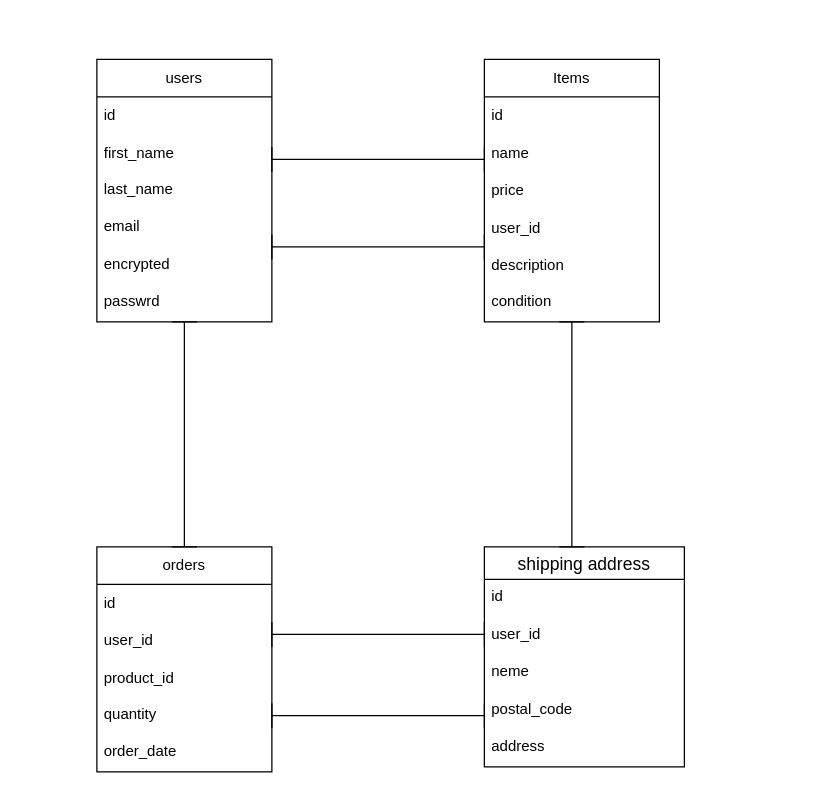
Earlier version of the draw.io diagram test.dio (yusukenemoto12345/furima39956_2). Source tidied: cells renumbered, new cells numbered last; positions are measured from the earlier drawing's top-left corner, leaving out a move shared by most shapes. Both pictures are drawn from the tidied source at 125%, with x=0, y=0 at pixel (96, 59).
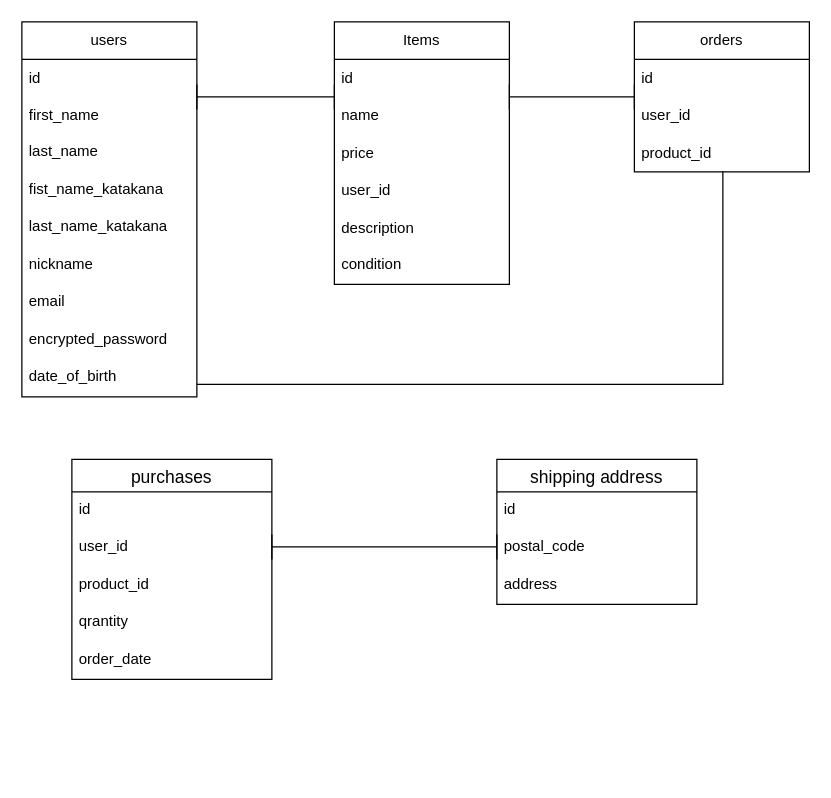
The same page after the edit.

Commit message (it also covers changes not shown here):
データベースの設計４

Diff of the diagram source:
```diff
@@
     <mxCell id="2" value="Items" style="swimlane;fontStyle=0;horizontal=1;startSize=30;whiteSpace=wrap;html=1;" parent="1" vertex="1">
-      <mxGeometry x="310" width="140" height="210" as="geometry" />
+      <mxGeometry x="190" y="-30" width="140" height="210" as="geometry" />
     </mxCell>
@@
     <mxCell id="9" value="users" style="swimlane;fontStyle=0;horizontal=1;startSize=30;whiteSpace=wrap;html=1;" parent="1" vertex="1">
-      <mxGeometry width="140" height="210" as="geometry" />
+      <mxGeometry x="-60" y="-30" width="140" height="300" as="geometry" />
     </mxCell>
@@
+    <mxCell id="34" value="fist_name_katakana" style="text;strokeColor=none;fillColor=none;spacingLeft=4;spacingRight=4;overflow=hidden;fontSize=12;" parent="9" vertex="1">
+      <mxGeometry y="120" width="140" height="30" as="geometry" />
+    </mxCell>
+    <mxCell id="35" value="last_name_katakana" style="text;strokeColor=none;fillColor=none;spacingLeft=4;spacingRight=4;overflow=hidden;fontSize=12;" parent="9" vertex="1">
+      <mxGeometry y="150" width="140" height="30" as="geometry" />
+    </mxCell>
+    <mxCell id="36" value="nickname" style="text;strokeColor=none;fillColor=none;spacingLeft=4;spacingRight=4;overflow=hidden;fontSize=12;" parent="9" vertex="1">
+      <mxGeometry y="180" width="140" height="30" as="geometry" />
+    </mxCell>
     <mxCell id="13" value="email" style="text;strokeColor=none;fillColor=none;spacingLeft=4;spacingRight=4;overflow=hidden;fontSize=12;" parent="9" vertex="1">
-      <mxGeometry y="120" width="140" height="30" as="geometry" />
+      <mxGeometry y="210" width="140" height="30" as="geometry" />
     </mxCell>
-    <mxCell id="14" value="encrypted" style="text;strokeColor=none;fillColor=none;spacingLeft=4;spacingRight=4;overflow=hidden;fontSize=12;" parent="9" vertex="1">
-      <mxGeometry y="150" width="140" height="30" as="geometry" />
+    <mxCell id="14" value="encrypted_password" style="text;strokeColor=none;fillColor=none;spacingLeft=4;spacingRight=4;overflow=hidden;fontSize=12;" parent="9" vertex="1">
+      <mxGeometry y="240" width="140" height="30" as="geometry" />
     </mxCell>
-    <mxCell id="15" value="passwrd" style="text;strokeColor=none;fillColor=none;spacingLeft=4;spacingRight=4;overflow=hidden;fontSize=12;" parent="9" vertex="1">
-      <mxGeometry y="180" width="140" height="30" as="geometry" />
+    <mxCell id="15" value="date_of_birth" style="text;strokeColor=none;fillColor=none;spacingLeft=4;spacingRight=4;overflow=hidden;fontSize=12;" parent="9" vertex="1">
+      <mxGeometry y="270" width="140" height="30" as="geometry" />
     </mxCell>
     <mxCell id="16" value="orders" style="swimlane;fontStyle=0;horizontal=1;startSize=30;whiteSpace=wrap;html=1;" parent="1" vertex="1">
-      <mxGeometry y="390" width="140" height="180" as="geometry" />
+      <mxGeometry x="430" y="-30" width="140" height="120" as="geometry" />
     </mxCell>
@@
-    <mxCell id="20" value="quantity" style="text;strokeColor=none;fillColor=none;spacingLeft=4;spacingRight=4;overflow=hidden;fontSize=12;" parent="16" vertex="1">
-      <mxGeometry y="120" width="140" height="30" as="geometry" />
-    </mxCell>
-    <mxCell id="21" value="order_date" style="text;strokeColor=none;fillColor=none;spacingLeft=4;spacingRight=4;overflow=hidden;fontSize=12;" parent="16" vertex="1">
-      <mxGeometry y="150" width="140" height="30" as="geometry" />
-    </mxCell>
-    <mxCell id="22" style="shape=crossbar;whiteSpace=wrap;html=1;rounded=1;" parent="1" vertex="1">
-      <mxGeometry x="140" y="70" width="170" height="20" as="geometry" />
-    </mxCell>
     <mxCell id="23" value="shipping address" style="swimlane;fontStyle=0;horizontal=1;startSize=26;align=center;fontSize=14;" parent="1" vertex="1">
-      <mxGeometry x="310" y="390" width="160" height="176" as="geometry" />
+      <mxGeometry x="320" y="320" width="160" height="116" as="geometry" />
     </mxCell>
@@
-    <mxCell id="25" value="user_id" style="text;strokeColor=none;fillColor=none;spacingLeft=4;spacingRight=4;overflow=hidden;fontSize=12;" parent="23" vertex="1">
-      <mxGeometry y="56" width="160" height="30" as="geometry" />
-    </mxCell>
-    <mxCell id="26" value="neme" style="text;strokeColor=none;fillColor=none;spacingLeft=4;spacingRight=4;overflow=hidden;fontSize=12;" parent="23" vertex="1">
-      <mxGeometry y="86" width="160" height="30" as="geometry" />
-    </mxCell>
     <mxCell id="27" value="postal_code" style="text;strokeColor=none;fillColor=none;spacingLeft=4;spacingRight=4;overflow=hidden;fontSize=12;" parent="23" vertex="1">
-      <mxGeometry y="116" width="160" height="30" as="geometry" />
+      <mxGeometry y="56" width="160" height="30" as="geometry" />
     </mxCell>
     <mxCell id="28" value="address" style="text;strokeColor=none;fillColor=none;spacingLeft=4;spacingRight=4;overflow=hidden;fontSize=12;" parent="23" vertex="1">
-      <mxGeometry y="146" width="160" height="30" as="geometry" />
+      <mxGeometry y="86" width="160" height="30" as="geometry" />
     </mxCell>
     <mxCell id="29" style="shape=crossbar;whiteSpace=wrap;html=1;rounded=1;" parent="1" vertex="1">
-      <mxGeometry x="140" y="140" width="170" height="20" as="geometry" />
+      <mxGeometry x="80" y="20" width="110" height="20" as="geometry" />
     </mxCell>
-    <mxCell id="30" style="shape=crossbar;whiteSpace=wrap;html=1;rounded=1;direction=south;" parent="1" vertex="1">
-      <mxGeometry x="370" y="210" width="20" height="180" as="geometry" />
-    </mxCell>
-    <mxCell id="31" style="shape=crossbar;whiteSpace=wrap;html=1;rounded=1;direction=south;" parent="1" vertex="1">
-      <mxGeometry x="60" y="210" width="20" height="180" as="geometry" />
-    </mxCell>
     <mxCell id="32" style="shape=crossbar;whiteSpace=wrap;html=1;rounded=1;" parent="1" vertex="1">
-      <mxGeometry x="140" y="450" width="170" height="20" as="geometry" />
+      <mxGeometry x="140" y="380" width="180" height="20" as="geometry" />
     </mxCell>
-    <mxCell id="33" style="shape=crossbar;whiteSpace=wrap;html=1;rounded=1;" parent="1" vertex="1">
-      <mxGeometry x="140" y="515" width="170" height="20" as="geometry" />
-    </mxCell>
+    <mxCell id="37" value="purchases" style="swimlane;fontStyle=0;horizontal=1;startSize=26;align=center;fontSize=14;" parent="1" vertex="1">
+      <mxGeometry x="-20" y="320" width="160" height="176" as="geometry" />
+    </mxCell>
+    <mxCell id="38" value="id" style="text;strokeColor=none;fillColor=none;spacingLeft=4;spacingRight=4;overflow=hidden;fontSize=12;" parent="37" vertex="1">
+      <mxGeometry y="26" width="160" height="30" as="geometry" />
+    </mxCell>
+    <mxCell id="25" value="user_id" style="text;strokeColor=none;fillColor=none;spacingLeft=4;spacingRight=4;overflow=hidden;fontSize=12;" parent="37" vertex="1">
+      <mxGeometry y="56" width="160" height="30" as="geometry" />
+    </mxCell>
+    <mxCell id="39" value="product_id" style="text;strokeColor=none;fillColor=none;spacingLeft=4;spacingRight=4;overflow=hidden;fontSize=12;" parent="37" vertex="1">
+      <mxGeometry y="86" width="160" height="30" as="geometry" />
+    </mxCell>
+    <mxCell id="40" value="qrantity" style="text;strokeColor=none;fillColor=none;spacingLeft=4;spacingRight=4;overflow=hidden;fontSize=12;" parent="37" vertex="1">
+      <mxGeometry y="116" width="160" height="30" as="geometry" />
+    </mxCell>
+    <mxCell id="21" value="order_date" style="text;strokeColor=none;fillColor=none;spacingLeft=4;spacingRight=4;overflow=hidden;fontSize=12;" parent="37" vertex="1">
+      <mxGeometry y="146" width="160" height="30" as="geometry" />
+    </mxCell>
+    <mxCell id="41" style="shape=crossbar;whiteSpace=wrap;html=1;rounded=1;" parent="1" vertex="1">
+      <mxGeometry x="330" y="20" width="100" height="20" as="geometry" />
+    </mxCell>
+    <mxCell id="42" style="shape=partialRectangle;whiteSpace=wrap;html=1;bottom=0;right=0;fillColor=none;rotation=-180;" parent="1" vertex="1">
+      <mxGeometry x="80.3" y="90" width="420.5" height="170" as="geometry" />
+    </mxCell>
```
